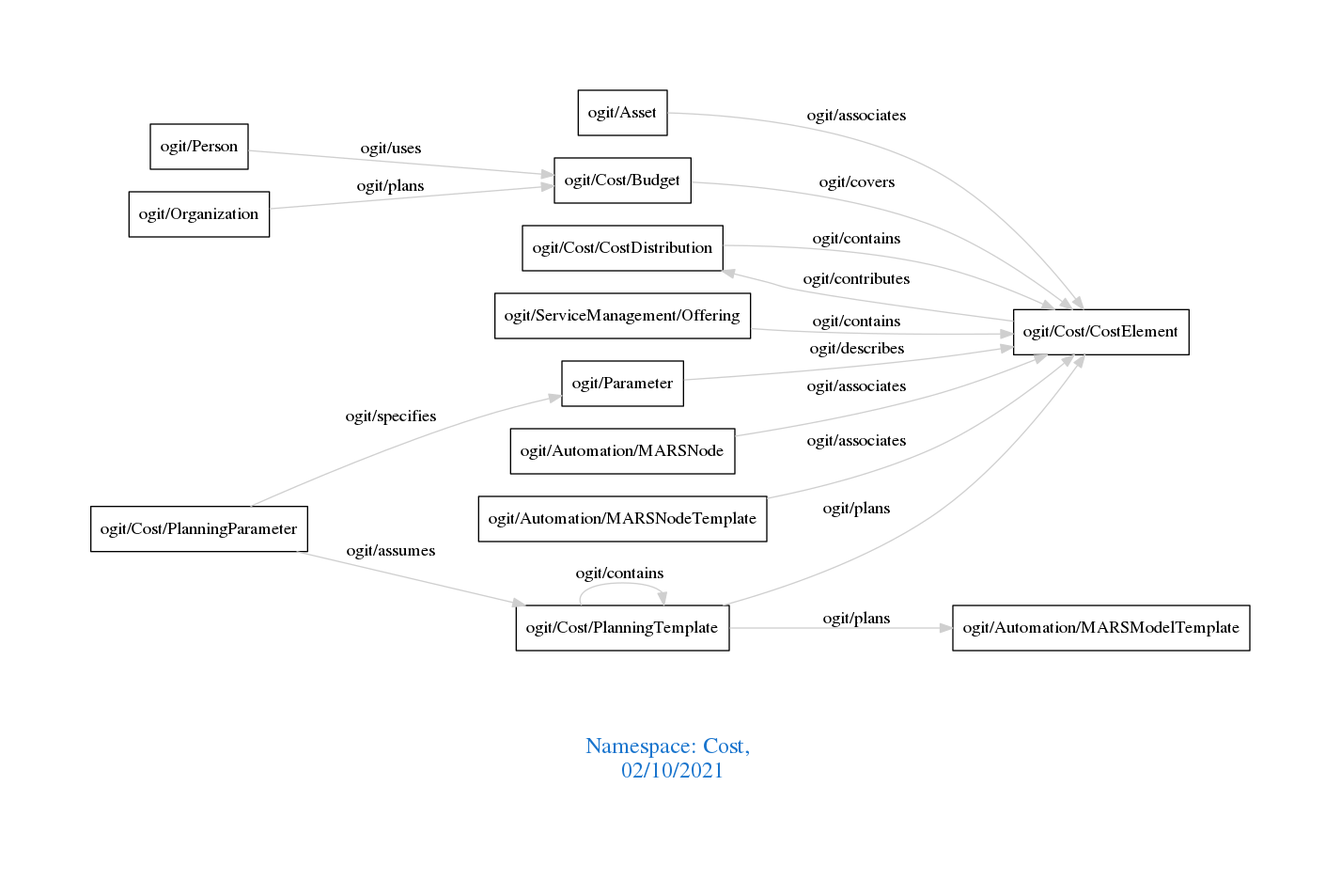
The Graphviz diagram downloads/Cost.png in arago/OGIT, before a commit. Its source is kept beside it as downloads/Cost.dot.
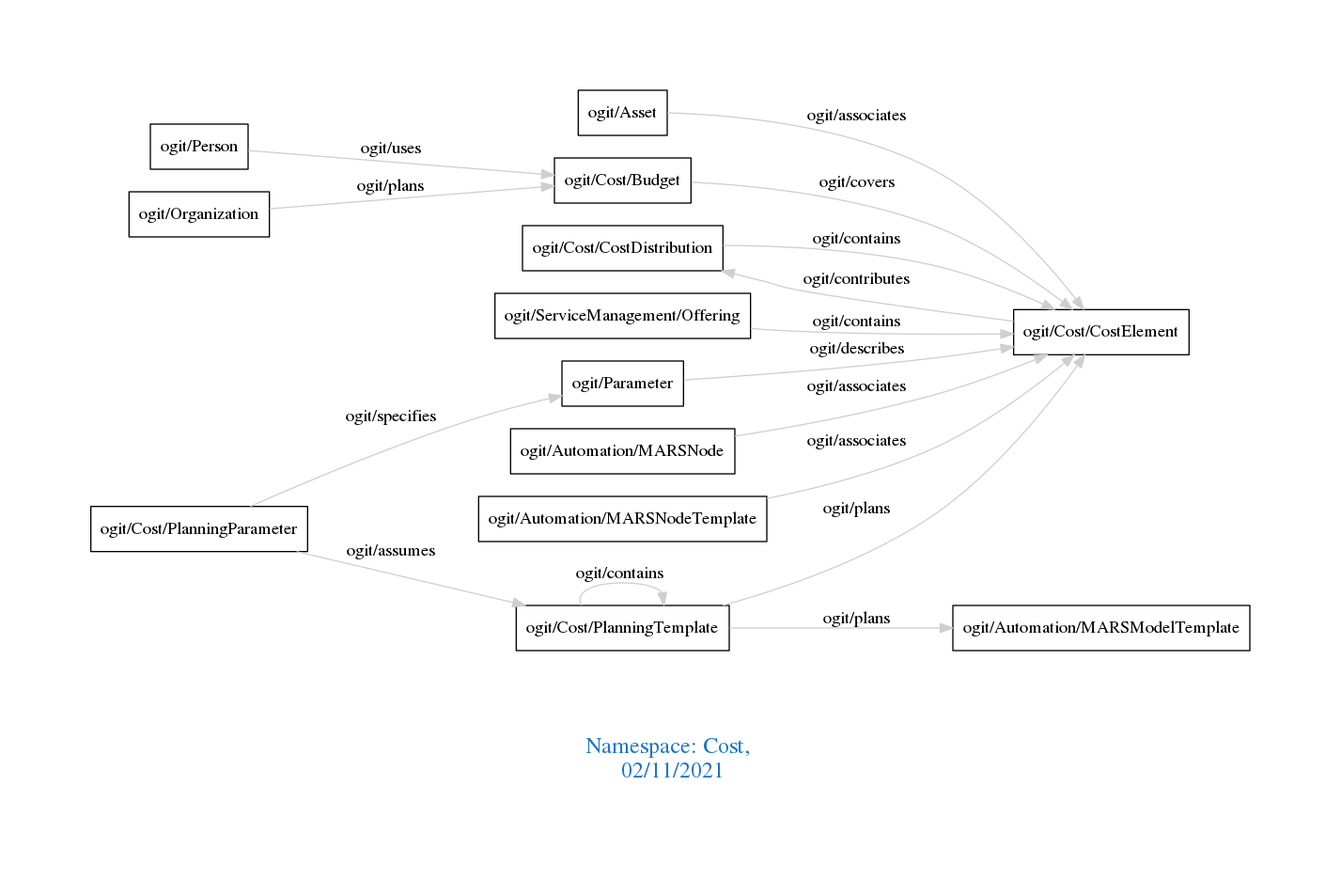
The same diagram one commit later.

The edit, as a diff of the source:
```diff
@@ -1,7 +1,7 @@
 digraph OGIT_ontology {
  graph [ rankdir= LR,pad=1
 fontsize = 18,
-fontcolor= dodgerblue3,label = "\n\n\nNamespace: Cost, \n 02/10/2021"];
+fontcolor= dodgerblue3,label = "\n\n\nNamespace: Cost, \n 02/11/2021"];
 node[shape=polygon];
 edge [  color="gray81"];
 
```
